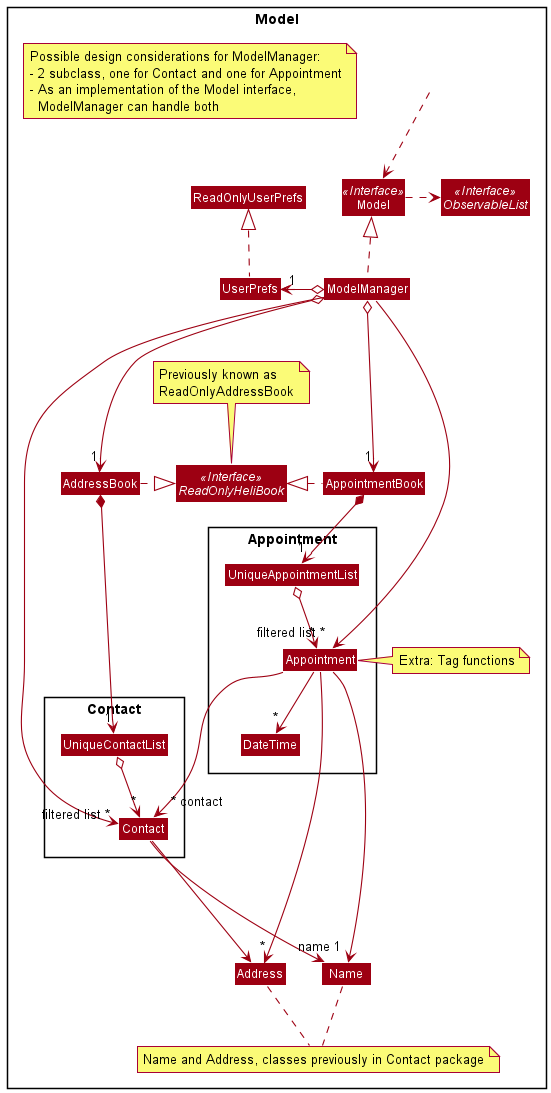
The PlantUML diagram docs/images/AppointmentWithModelClassDiagram.png in nus-cs2103-AY2021S2/tp, before a commit.
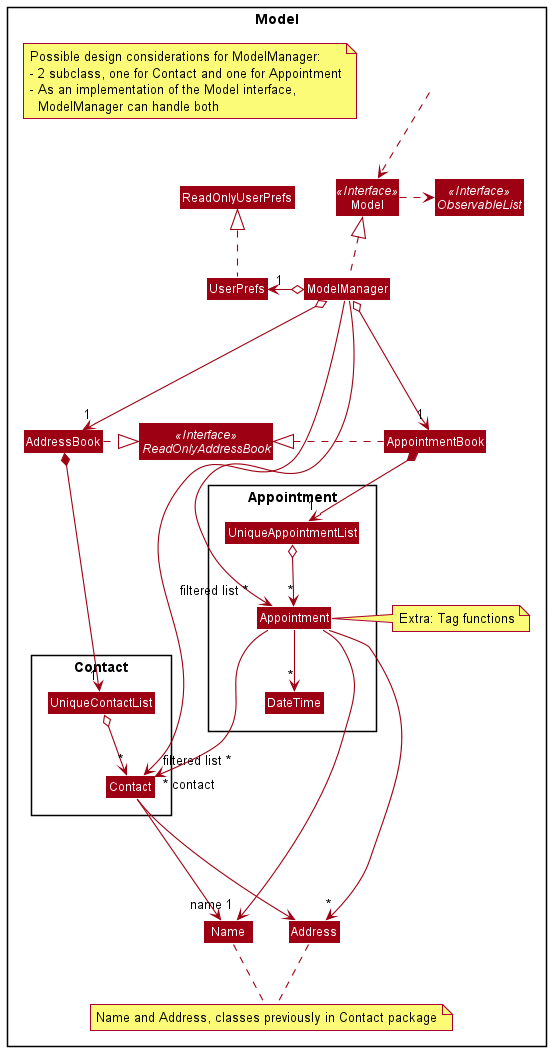
After the commit.

What changed in the source:
```diff
@@ -5,7 +5,7 @@
 skinparam classBackgroundColor MODEL_COLOR
 
 Package Model <<Rectangle>>{
-Interface ReadOnlyHeliBook <<Interface>>
+Interface ReadOnlyAddressBook <<Interface>>
 Interface Model <<Interface>>
 Interface ObservableList <<Interface>>
 Class AddressBook
@@ -26,14 +26,11 @@
 Name .. N1
 Address .. N1
 
-note "Previously known as\nReadOnlyAddressBook" as N2
-ReadOnlyHeliBook .up. N2
-
 Class HiddenOutside #FFFFFF
 HiddenOutside ..> Model
 
-AddressBook .right|> ReadOnlyHeliBook
-AppointmentBook .left|> ReadOnlyHeliBook
+AddressBook .right|> ReadOnlyAddressBook
+AppointmentBook .left|> ReadOnlyAddressBook
 
 ModelManager .up.|> Model
 Model .right.> ObservableList
```
